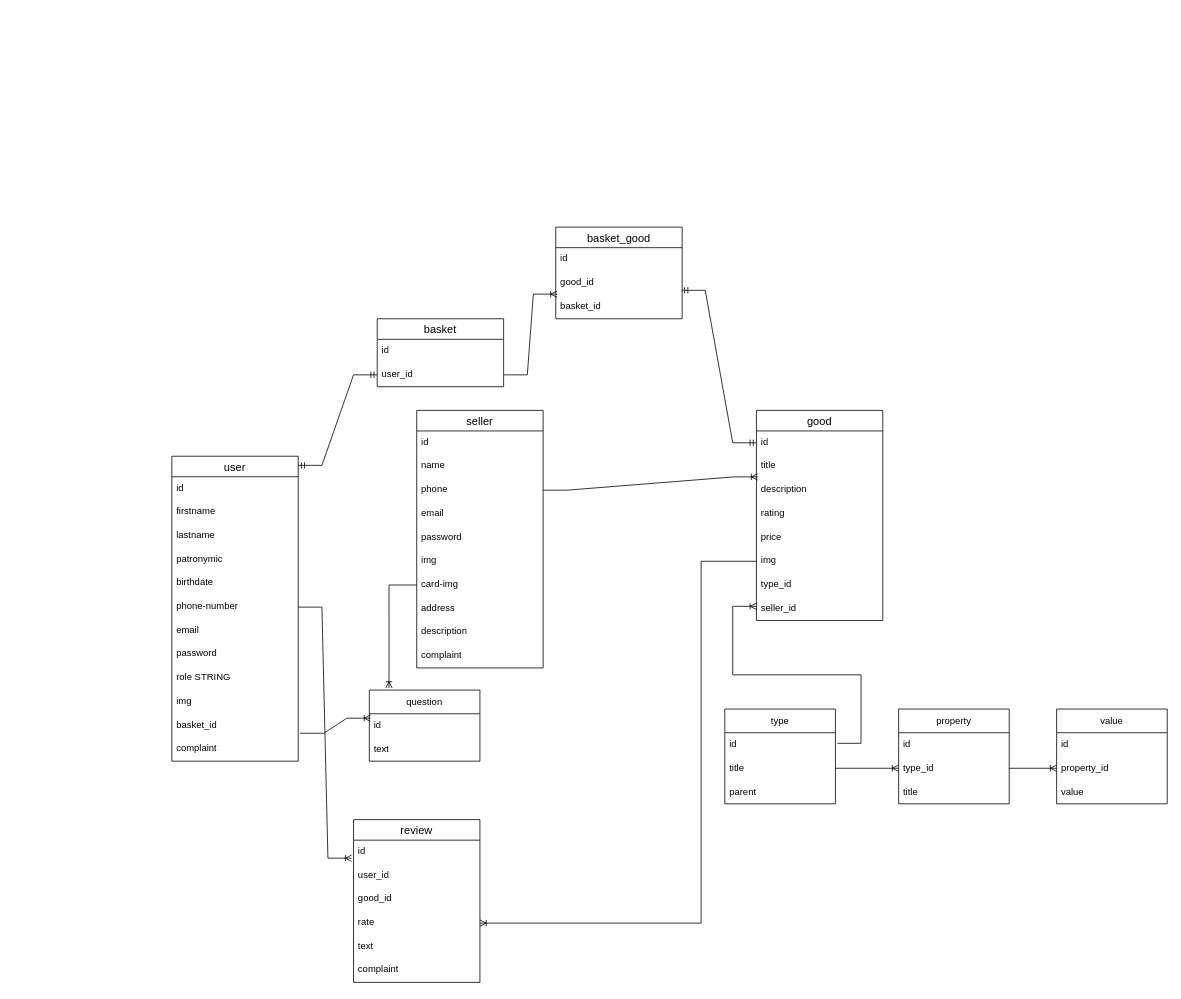
Before: database-diagram.drawio in vese1chak/meggaprice-server, a draw.io diagram. Source tidied: cells renumbered, new cells numbered last; positions are measured from the earlier drawing's top-left corner, leaving out a move shared by most shapes. Both pictures are drawn from the tidied source at 79%, with x=0, y=0 at pixel (171, 227).
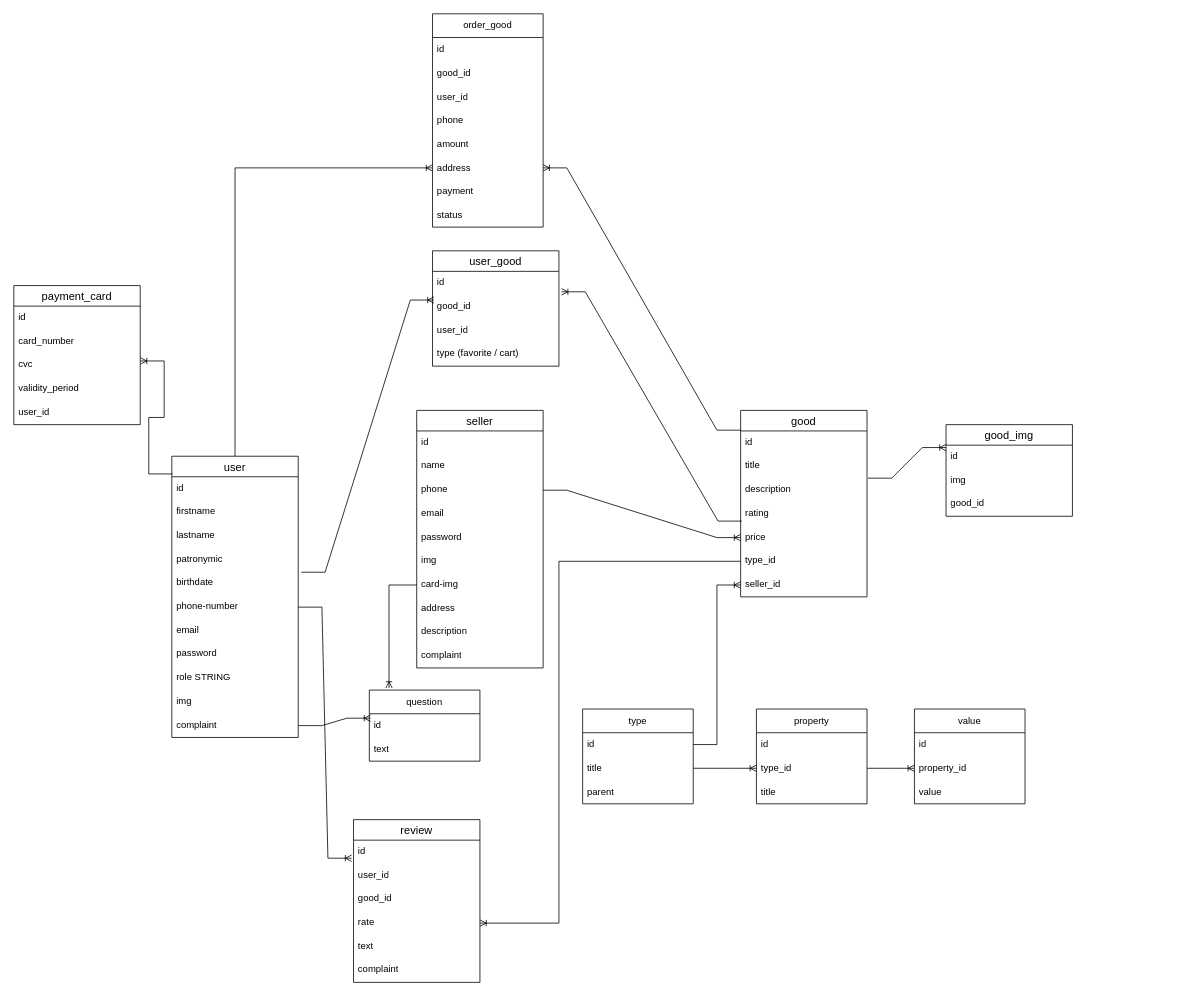
After the change.

Commit message (it also covers changes not shown here):
added new data models and fixed old. corrected the sequalize text to the correct in models.js

The change refers to these unchanged cells:
```xml
<mxCell id="6" value="patronymic" style="text;strokeColor=none;fillColor=none;spacingLeft=4;spacingRight=4;overflow=hidden;points=[[0,0.5],[1,0.5]];portConstraint=eastwest;fontSize=12;whiteSpace=wrap;html=1;" parent="2" vertex="1">
  <mxGeometry y="116" width="160" height="30" as="geometry" />
</mxCell>
<mxCell id="20" value="id" style="text;strokeColor=none;fillColor=none;spacingLeft=4;spacingRight=4;overflow=hidden;points=[[0,0.5],[1,0.5]];portConstraint=eastwest;fontSize=12;whiteSpace=wrap;html=1;" parent="19" vertex="1">
  <mxGeometry y="26" width="160" height="30" as="geometry" />
</mxCell>
<mxCell id="21" value="title" style="text;strokeColor=none;fillColor=none;spacingLeft=4;spacingRight=4;overflow=hidden;points=[[0,0.5],[1,0.5]];portConstraint=eastwest;fontSize=12;whiteSpace=wrap;html=1;" parent="19" vertex="1">
  <mxGeometry y="56" width="160" height="30" as="geometry" />
</mxCell>
<mxCell id="22" value="description" style="text;strokeColor=none;fillColor=none;spacingLeft=4;spacingRight=4;overflow=hidden;points=[[0,0.5],[1,0.5]];portConstraint=eastwest;fontSize=12;whiteSpace=wrap;html=1;" parent="19" vertex="1">
  <mxGeometry y="86" width="160" height="30" as="geometry" />
</mxCell>
<mxCell id="23" value="rating" style="text;strokeColor=none;fillColor=none;spacingLeft=4;spacingRight=4;overflow=hidden;points=[[0,0.5],[1,0.5]];portConstraint=eastwest;fontSize=12;whiteSpace=wrap;html=1;" parent="19" vertex="1">
  <mxGeometry y="116" width="160" height="30" as="geometry" />
</mxCell>
<mxCell id="24" value="price" style="text;strokeColor=none;fillColor=none;spacingLeft=4;spacingRight=4;overflow=hidden;points=[[0,0.5],[1,0.5]];portConstraint=eastwest;fontSize=12;whiteSpace=wrap;html=1;" parent="19" vertex="1">
  <mxGeometry y="146" width="160" height="30" as="geometry" />
</mxCell>
<mxCell id="38" value="rate" style="text;strokeColor=none;fillColor=none;spacingLeft=4;spacingRight=4;overflow=hidden;points=[[0,0.5],[1,0.5]];portConstraint=eastwest;fontSize=12;whiteSpace=wrap;html=1;" parent="34" vertex="1">
  <mxGeometry y="116" width="160" height="30" as="geometry" />
</mxCell>
<mxCell id="43" value="id" style="text;strokeColor=none;fillColor=none;align=left;verticalAlign=middle;spacingLeft=4;spacingRight=4;overflow=hidden;points=[[0,0.5],[1,0.5]];portConstraint=eastwest;whiteSpace=wrap;html=1;" parent="42" vertex="1">
  <mxGeometry y="30" width="140" height="30" as="geometry" />
</mxCell>
<mxCell id="47" value="id" style="text;strokeColor=none;fillColor=none;align=left;verticalAlign=middle;spacingLeft=4;spacingRight=4;overflow=hidden;points=[[0,0.5],[1,0.5]];portConstraint=eastwest;whiteSpace=wrap;html=1;" parent="46" vertex="1">
  <mxGeometry y="30" width="140" height="30" as="geometry" />
</mxCell>
<mxCell id="64" value="phone" style="text;strokeColor=none;fillColor=none;spacingLeft=4;spacingRight=4;overflow=hidden;points=[[0,0.5],[1,0.5]];portConstraint=eastwest;fontSize=12;whiteSpace=wrap;html=1;" parent="61" vertex="1">
  <mxGeometry y="86" width="160" height="30" as="geometry" />
</mxCell>
```

What changed in the source:
```diff
@@
+    <mxCell id="75" style="edgeStyle=orthogonalEdgeStyle;rounded=0;jettySize=auto;html=1;endArrow=ERoneToMany;endFill=0;entryX=0;entryY=0.5;entryDx=0;entryDy=0;" parent="1" edge="1" source="2" target="86">
+      <mxGeometry relative="1" as="geometry" />
+    </mxCell>
     <mxCell id="2" value="user" style="swimlane;fontStyle=0;horizontal=1;startSize=26;align=center;fontSize=14;" parent="1" vertex="1">
-      <mxGeometry y="290" width="160" height="386" as="geometry" />
+      <mxGeometry y="290" width="160" height="356" as="geometry" />
     </mxCell>
@@
-    <mxCell id="13" value="basket_id&lt;br&gt;" style="text;strokeColor=none;fillColor=none;spacingLeft=4;spacingRight=4;overflow=hidden;points=[[0,0.5],[1,0.5]];portConstraint=eastwest;fontSize=12;whiteSpace=wrap;html=1;" parent="2" vertex="1">
-      <mxGeometry y="326" width="160" height="30" as="geometry" />
-    </mxCell>
     <mxCell id="14" value="complaint" style="text;strokeColor=none;fillColor=none;spacingLeft=4;spacingRight=4;overflow=hidden;points=[[0,0.5],[1,0.5]];portConstraint=eastwest;fontSize=12;whiteSpace=wrap;html=1;" parent="2" vertex="1">
-      <mxGeometry y="356" width="160" height="30" as="geometry" />
+      <mxGeometry y="326" width="160" height="30" as="geometry" />
     </mxCell>
-    <mxCell id="15" value="basket" style="swimlane;fontStyle=0;horizontal=1;startSize=26;align=center;fontSize=14;" parent="1" vertex="1">
-      <mxGeometry x="260" y="116" width="160" height="86" as="geometry" />
-    </mxCell>
-    <mxCell id="16" value="id" style="text;strokeColor=none;fillColor=none;spacingLeft=4;spacingRight=4;overflow=hidden;fontSize=12;whiteSpace=wrap;html=1;" parent="15" vertex="1">
-      <mxGeometry y="26" width="160" height="30" as="geometry" />
-    </mxCell>
-    <mxCell id="17" value="user_id" style="text;strokeColor=none;fillColor=none;spacingLeft=4;spacingRight=4;overflow=hidden;points=[[0,0.5],[1,0.5]];portConstraint=eastwest;fontSize=12;whiteSpace=wrap;html=1;" parent="15" vertex="1">
-      <mxGeometry y="56" width="160" height="30" as="geometry" />
-    </mxCell>
-    <mxCell id="18" style="edgeStyle=entityRelationEdgeStyle;fontSize=12;html=1;endArrow=ERmandOne;startArrow=ERmandOne;rounded=0;exitX=1;exitY=0.03;exitDx=0;exitDy=0;exitPerimeter=0;" parent="1" edge="1" source="2" target="17">
-      <mxGeometry relative="1" as="geometry" />
-    </mxCell>
     <mxCell id="19" value="good" style="swimlane;fontStyle=0;horizontal=1;startSize=26;align=center;fontSize=14;" parent="1" vertex="1">
-      <mxGeometry x="740" y="232" width="160" height="266" as="geometry" />
+      <mxGeometry x="720" y="232" width="160" height="236" as="geometry" />
     </mxCell>
@@
-    <mxCell id="25" value="img" style="text;strokeColor=none;fillColor=none;spacingLeft=4;spacingRight=4;overflow=hidden;points=[[0,0.5],[1,0.5]];portConstraint=eastwest;fontSize=12;whiteSpace=wrap;html=1;" parent="19" vertex="1">
-      <mxGeometry y="176" width="160" height="30" as="geometry" />
-    </mxCell>
     <mxCell id="26" value="type_id" style="text;strokeColor=none;fillColor=none;spacingLeft=4;spacingRight=4;overflow=hidden;points=[[0,0.5],[1,0.5]];portConstraint=eastwest;fontSize=12;whiteSpace=wrap;html=1;" parent="19" vertex="1">
-      <mxGeometry y="206" width="160" height="30" as="geometry" />
+      <mxGeometry y="176" width="160" height="30" as="geometry" />
     </mxCell>
     <mxCell id="27" value="seller_id" style="text;strokeColor=none;fillColor=none;spacingLeft=4;spacingRight=4;overflow=hidden;points=[[0,0.5],[1,0.5]];portConstraint=eastwest;fontSize=12;whiteSpace=wrap;html=1;" parent="19" vertex="1">
-      <mxGeometry y="236" width="160" height="30" as="geometry" />
+      <mxGeometry y="206" width="160" height="30" as="geometry" />
     </mxCell>
-    <mxCell id="28" value="basket_good" style="swimlane;fontStyle=0;horizontal=1;startSize=26;align=center;fontSize=14;" parent="1" vertex="1">
-      <mxGeometry x="486" width="160" height="116" as="geometry" />
-    </mxCell>
-    <mxCell id="29" value="id" style="text;strokeColor=none;fillColor=none;spacingLeft=4;spacingRight=4;overflow=hidden;points=[[0,0.5],[1,0.5]];portConstraint=eastwest;fontSize=12;whiteSpace=wrap;html=1;" parent="28" vertex="1">
-      <mxGeometry y="26" width="160" height="30" as="geometry" />
-    </mxCell>
-    <mxCell id="30" value="good_id" style="text;strokeColor=none;fillColor=none;spacingLeft=4;spacingRight=4;overflow=hidden;points=[[0,0.5],[1,0.5]];portConstraint=eastwest;fontSize=12;whiteSpace=wrap;html=1;" parent="28" vertex="1">
-      <mxGeometry y="56" width="160" height="30" as="geometry" />
-    </mxCell>
-    <mxCell id="31" value="basket_id" style="text;strokeColor=none;fillColor=none;spacingLeft=4;spacingRight=4;overflow=hidden;points=[[0,0.5],[1,0.5]];portConstraint=eastwest;fontSize=12;whiteSpace=wrap;html=1;" parent="28" vertex="1">
-      <mxGeometry y="86" width="160" height="30" as="geometry" />
-    </mxCell>
-    <mxCell id="32" style="edgeStyle=entityRelationEdgeStyle;fontSize=12;html=1;endArrow=ERoneToMany;rounded=0;exitX=1;exitY=0.5;exitDx=0;exitDy=0;entryX=0.01;entryY=-0.04;entryDx=0;entryDy=0;entryPerimeter=0;" parent="1" edge="1" source="17" target="31">
-      <mxGeometry relative="1" as="geometry" />
-    </mxCell>
-    <mxCell id="33" style="edgeStyle=entityRelationEdgeStyle;fontSize=12;html=1;endArrow=ERmandOne;startArrow=ERmandOne;rounded=0;entryX=0;entryY=0.5;entryDx=0;entryDy=0;exitX=0.995;exitY=-0.2;exitDx=0;exitDy=0;exitPerimeter=0;" parent="1" edge="1" source="31" target="20">
-      <mxGeometry relative="1" as="geometry" />
-    </mxCell>
@@
-    <mxCell id="45" style="edgeStyle=entityRelationEdgeStyle;fontSize=12;html=1;endArrow=ERoneToMany;rounded=0;exitX=1.015;exitY=0.822;exitDx=0;exitDy=0;exitPerimeter=0;entryX=0.011;entryY=0.187;entryDx=0;entryDy=0;entryPerimeter=0;" parent="1" edge="1" source="13" target="43">
+    <mxCell id="45" style="edgeStyle=entityRelationEdgeStyle;fontSize=12;html=1;endArrow=ERoneToMany;rounded=0;exitX=1;exitY=0.5;exitDx=0;exitDy=0;entryX=0.011;entryY=0.187;entryDx=0;entryDy=0;entryPerimeter=0;" parent="1" edge="1" source="14" target="43">
       <mxGeometry relative="1" as="geometry" />
     </mxCell>
     <mxCell id="46" value="type" style="swimlane;fontStyle=0;horizontal=1;startSize=30;whiteSpace=wrap;html=1;" parent="1" vertex="1">
-      <mxGeometry x="700" y="610" width="140" height="120" as="geometry" />
+      <mxGeometry x="520" y="610" width="140" height="120" as="geometry" />
     </mxCell>
@@
     <mxCell id="50" value="property" style="swimlane;fontStyle=0;horizontal=1;startSize=30;whiteSpace=wrap;html=1;" parent="1" vertex="1">
-      <mxGeometry x="920" y="610" width="140" height="120" as="geometry" />
+      <mxGeometry x="740" y="610" width="140" height="120" as="geometry" />
     </mxCell>
@@
     <mxCell id="54" value="value" style="swimlane;fontStyle=0;horizontal=1;startSize=30;whiteSpace=wrap;html=1;" parent="1" vertex="1">
-      <mxGeometry x="1120" y="610" width="140" height="120" as="geometry" />
+      <mxGeometry x="940" y="610" width="140" height="120" as="geometry" />
     </mxCell>
@@
-    <mxCell id="60" style="edgeStyle=entityRelationEdgeStyle;fontSize=12;html=1;endArrow=ERoneToMany;rounded=0;entryX=0;entryY=0.5;entryDx=0;entryDy=0;exitX=1.017;exitY=0.137;exitDx=0;exitDy=0;exitPerimeter=0;" parent="1" edge="1">
-      <mxGeometry relative="1" as="geometry">
-        <mxPoint x="842.4" y="653.4" as="sourcePoint" />
-        <mxPoint x="740" y="480" as="targetPoint" />
-      </mxGeometry>
+    <mxCell id="60" style="edgeStyle=entityRelationEdgeStyle;fontSize=12;html=1;endArrow=ERoneToMany;rounded=0;entryX=0;entryY=0.5;entryDx=0;entryDy=0;exitX=1;exitY=0.5;exitDx=0;exitDy=0;" parent="1" edge="1" source="47" target="27">
+      <mxGeometry relative="1" as="geometry" />
     </mxCell>
@@
-    <mxCell id="72" style="edgeStyle=entityRelationEdgeStyle;fontSize=12;html=1;endArrow=ERoneToMany;rounded=0;exitX=1;exitY=0.5;exitDx=0;exitDy=0;entryX=0.01;entryY=-0.062;entryDx=0;entryDy=0;entryPerimeter=0;" parent="1" edge="1" source="64" target="22">
+    <mxCell id="72" style="edgeStyle=entityRelationEdgeStyle;fontSize=12;html=1;endArrow=ERoneToMany;rounded=0;exitX=1;exitY=0.5;exitDx=0;exitDy=0;" parent="1" edge="1" source="64" target="24">
       <mxGeometry relative="1" as="geometry" />
     </mxCell>
-    <mxCell id="73" style="edgeStyle=orthogonalEdgeStyle;rounded=0;jettySize=auto;html=1;entryX=1;entryY=0.5;entryDx=0;entryDy=0;endArrow=ERoneToMany;endFill=0;" parent="1" edge="1" source="25" target="38">
+    <mxCell id="73" style="edgeStyle=orthogonalEdgeStyle;rounded=0;jettySize=auto;html=1;entryX=1;entryY=0.5;entryDx=0;entryDy=0;endArrow=ERoneToMany;endFill=0;exitX=0;exitY=0.5;exitDx=0;exitDy=0;" parent="1" edge="1" source="26" target="38">
       <mxGeometry relative="1" as="geometry">
         <Array as="points">
-          <mxPoint x="670" y="423" />
-          <mxPoint x="670" y="881" />
+          <mxPoint x="490" y="423" />
+          <mxPoint x="490" y="881" />
         </Array>
       </mxGeometry>
     </mxCell>
@@
+    <mxCell id="76" value="good_img" style="swimlane;fontStyle=0;horizontal=1;startSize=26;align=center;fontSize=14;" parent="1" vertex="1">
+      <mxGeometry x="980" y="250" width="160" height="116" as="geometry" />
+    </mxCell>
+    <mxCell id="77" value="id" style="text;strokeColor=none;fillColor=none;spacingLeft=4;spacingRight=4;overflow=hidden;fontSize=12;whiteSpace=wrap;html=1;" parent="76" vertex="1">
+      <mxGeometry y="26" width="160" height="30" as="geometry" />
+    </mxCell>
+    <mxCell id="25" value="img" style="text;strokeColor=none;fillColor=none;spacingLeft=4;spacingRight=4;overflow=hidden;points=[[0,0.5],[1,0.5]];portConstraint=eastwest;fontSize=12;whiteSpace=wrap;html=1;" parent="76" vertex="1">
+      <mxGeometry y="56" width="160" height="30" as="geometry" />
+    </mxCell>
+    <mxCell id="78" value="good_id" style="text;strokeColor=none;fillColor=none;spacingLeft=4;spacingRight=4;overflow=hidden;fontSize=12;whiteSpace=wrap;html=1;" parent="76" vertex="1">
+      <mxGeometry y="86" width="160" height="30" as="geometry" />
+    </mxCell>
+    <mxCell id="79" style="edgeStyle=entityRelationEdgeStyle;fontSize=12;html=1;endArrow=ERoneToMany;rounded=0;exitX=1.008;exitY=0.992;exitDx=0;exitDy=0;exitPerimeter=0;entryX=0;entryY=0.25;entryDx=0;entryDy=0;" parent="1" edge="1" source="21" target="76">
+      <mxGeometry relative="1" as="geometry" />
+    </mxCell>
+    <mxCell id="80" value="order_good" style="swimlane;fontStyle=0;horizontal=1;startSize=30;whiteSpace=wrap;html=1;" parent="1" vertex="1">
+      <mxGeometry x="330" y="-270" width="140" height="270" as="geometry" />
+    </mxCell>
+    <mxCell id="81" value="id" style="text;strokeColor=none;fillColor=none;align=left;verticalAlign=middle;spacingLeft=4;spacingRight=4;overflow=hidden;whiteSpace=wrap;html=1;" parent="80" vertex="1">
+      <mxGeometry y="30" width="140" height="30" as="geometry" />
+    </mxCell>
+    <mxCell id="82" value="good_id" style="text;strokeColor=none;fillColor=none;align=left;verticalAlign=middle;spacingLeft=4;spacingRight=4;overflow=hidden;whiteSpace=wrap;html=1;" parent="80" vertex="1">
+      <mxGeometry y="60" width="140" height="30" as="geometry" />
+    </mxCell>
+    <mxCell id="83" value="user_id" style="text;strokeColor=none;fillColor=none;align=left;verticalAlign=middle;spacingLeft=4;spacingRight=4;overflow=hidden;whiteSpace=wrap;html=1;" parent="80" vertex="1">
+      <mxGeometry y="90" width="140" height="30" as="geometry" />
+    </mxCell>
+    <mxCell id="84" value="phone" style="text;strokeColor=none;fillColor=none;align=left;verticalAlign=middle;spacingLeft=4;spacingRight=4;overflow=hidden;whiteSpace=wrap;html=1;" parent="80" vertex="1">
+      <mxGeometry y="120" width="140" height="30" as="geometry" />
+    </mxCell>
+    <mxCell id="85" value="amount" style="text;strokeColor=none;fillColor=none;align=left;verticalAlign=middle;spacingLeft=4;spacingRight=4;overflow=hidden;whiteSpace=wrap;html=1;" parent="80" vertex="1">
+      <mxGeometry y="150" width="140" height="30" as="geometry" />
+    </mxCell>
+    <mxCell id="86" value="address" style="text;strokeColor=none;fillColor=none;align=left;verticalAlign=middle;spacingLeft=4;spacingRight=4;overflow=hidden;points=[[0,0.5],[1,0.5]];portConstraint=eastwest;whiteSpace=wrap;html=1;" parent="80" vertex="1">
+      <mxGeometry y="180" width="140" height="30" as="geometry" />
+    </mxCell>
+    <mxCell id="87" value="payment" style="text;strokeColor=none;fillColor=none;align=left;verticalAlign=middle;spacingLeft=4;spacingRight=4;overflow=hidden;whiteSpace=wrap;html=1;" parent="80" vertex="1">
+      <mxGeometry y="210" width="140" height="30" as="geometry" />
+    </mxCell>
+    <mxCell id="88" value="status" style="text;strokeColor=none;fillColor=none;align=left;verticalAlign=middle;spacingLeft=4;spacingRight=4;overflow=hidden;whiteSpace=wrap;html=1;" parent="80" vertex="1">
+      <mxGeometry y="240" width="140" height="30" as="geometry" />
+    </mxCell>
+    <mxCell id="89" value="payment_card" style="swimlane;fontStyle=0;horizontal=1;startSize=26;align=center;fontSize=14;" parent="1" vertex="1">
+      <mxGeometry x="-200" y="74" width="160" height="176" as="geometry" />
+    </mxCell>
+    <mxCell id="90" value="id" style="text;strokeColor=none;fillColor=none;spacingLeft=4;spacingRight=4;overflow=hidden;fontSize=12;whiteSpace=wrap;html=1;" parent="89" vertex="1">
+      <mxGeometry y="26" width="160" height="30" as="geometry" />
+    </mxCell>
+    <mxCell id="91" value="card_number" style="text;strokeColor=none;fillColor=none;spacingLeft=4;spacingRight=4;overflow=hidden;fontSize=12;whiteSpace=wrap;html=1;" parent="89" vertex="1">
+      <mxGeometry y="56" width="160" height="30" as="geometry" />
+    </mxCell>
+    <mxCell id="92" value="cvc" style="text;strokeColor=none;fillColor=none;spacingLeft=4;spacingRight=4;overflow=hidden;points=[[0,0.5],[1,0.5]];portConstraint=eastwest;fontSize=12;whiteSpace=wrap;html=1;" parent="89" vertex="1">
+      <mxGeometry y="86" width="160" height="30" as="geometry" />
+    </mxCell>
+    <mxCell id="93" value="validity_period" style="text;strokeColor=none;fillColor=none;spacingLeft=4;spacingRight=4;overflow=hidden;fontSize=12;whiteSpace=wrap;html=1;" parent="89" vertex="1">
+      <mxGeometry y="116" width="160" height="30" as="geometry" />
+    </mxCell>
+    <mxCell id="17" value="user_id" style="text;strokeColor=none;fillColor=none;spacingLeft=4;spacingRight=4;overflow=hidden;points=[[0,0.5],[1,0.5]];portConstraint=eastwest;fontSize=12;whiteSpace=wrap;html=1;" parent="89" vertex="1">
+      <mxGeometry y="146" width="160" height="30" as="geometry" />
+    </mxCell>
+    <mxCell id="94" style="edgeStyle=entityRelationEdgeStyle;fontSize=12;html=1;endArrow=ERoneToMany;rounded=0;exitX=0.005;exitY=0.063;exitDx=0;exitDy=0;exitPerimeter=0;entryX=1.002;entryY=0.314;entryDx=0;entryDy=0;entryPerimeter=0;" parent="1" edge="1" source="2" target="92">
+      <mxGeometry relative="1" as="geometry" />
+    </mxCell>
+    <mxCell id="95" style="edgeStyle=entityRelationEdgeStyle;fontSize=12;html=1;endArrow=ERoneToMany;rounded=0;exitX=1.025;exitY=1.028;exitDx=0;exitDy=0;exitPerimeter=0;entryX=0.012;entryY=0.21;entryDx=0;entryDy=0;entryPerimeter=0;" parent="1" edge="1" source="6" target="30">
+      <mxGeometry relative="1" as="geometry" />
+    </mxCell>
+    <mxCell id="96" style="edgeStyle=entityRelationEdgeStyle;fontSize=12;html=1;endArrow=ERoneToMany;rounded=0;exitX=0.009;exitY=0.804;exitDx=0;exitDy=0;entryX=1.021;entryY=0.862;entryDx=0;entryDy=0;entryPerimeter=0;exitPerimeter=0;" parent="1" edge="1" source="23" target="29">
+      <mxGeometry relative="1" as="geometry" />
+    </mxCell>
+    <mxCell id="97" style="edgeStyle=entityRelationEdgeStyle;fontSize=12;html=1;endArrow=ERoneToMany;rounded=0;exitX=0;exitY=-0.033;exitDx=0;exitDy=0;exitPerimeter=0;entryX=1;entryY=0.5;entryDx=0;entryDy=0;" parent="1" edge="1" source="20" target="86">
+      <mxGeometry relative="1" as="geometry" />
+    </mxCell>
+    <mxCell id="28" value="user_good" style="swimlane;fontStyle=0;horizontal=1;startSize=26;align=center;fontSize=14;" parent="1" vertex="1">
+      <mxGeometry x="330" y="30" width="160" height="146" as="geometry" />
+    </mxCell>
+    <mxCell id="29" value="id" style="text;strokeColor=none;fillColor=none;spacingLeft=4;spacingRight=4;overflow=hidden;points=[[0,0.5],[1,0.5]];portConstraint=eastwest;fontSize=12;whiteSpace=wrap;html=1;" parent="28" vertex="1">
+      <mxGeometry y="26" width="160" height="30" as="geometry" />
+    </mxCell>
+    <mxCell id="30" value="good_id" style="text;strokeColor=none;fillColor=none;spacingLeft=4;spacingRight=4;overflow=hidden;points=[[0,0.5],[1,0.5]];portConstraint=eastwest;fontSize=12;whiteSpace=wrap;html=1;" parent="28" vertex="1">
+      <mxGeometry y="56" width="160" height="30" as="geometry" />
+    </mxCell>
+    <mxCell id="31" value="user_id" style="text;strokeColor=none;fillColor=none;spacingLeft=4;spacingRight=4;overflow=hidden;points=[[0,0.5],[1,0.5]];portConstraint=eastwest;fontSize=12;whiteSpace=wrap;html=1;" parent="28" vertex="1">
+      <mxGeometry y="86" width="160" height="30" as="geometry" />
+    </mxCell>
+    <mxCell id="98" value="type (favorite / cart)" style="text;strokeColor=none;fillColor=none;spacingLeft=4;spacingRight=4;overflow=hidden;fontSize=12;whiteSpace=wrap;html=1;" parent="28" vertex="1">
+      <mxGeometry y="116" width="160" height="30" as="geometry" />
+    </mxCell>
```
